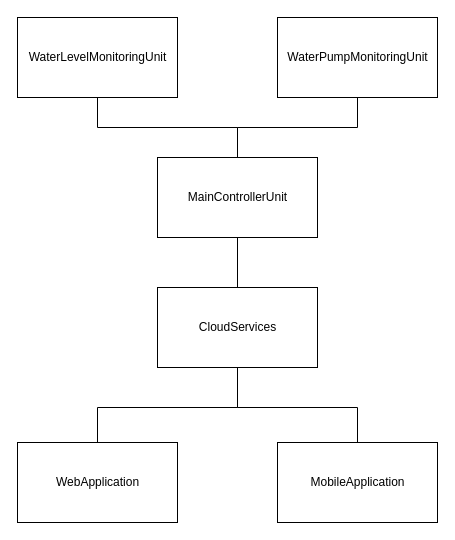
Earlier version of the draw.io diagram notes/ArchitecturalDiagrams.drawio (aniruddhand/ciot-capstone). Source tidied: cells renumbered, new cells numbered last; positions are measured from the earlier drawing's top-left corner, leaving out a move shared by most shapes. Both pictures are drawn from the tidied source at 100%, with x=0, y=0 at pixel (17, 17).
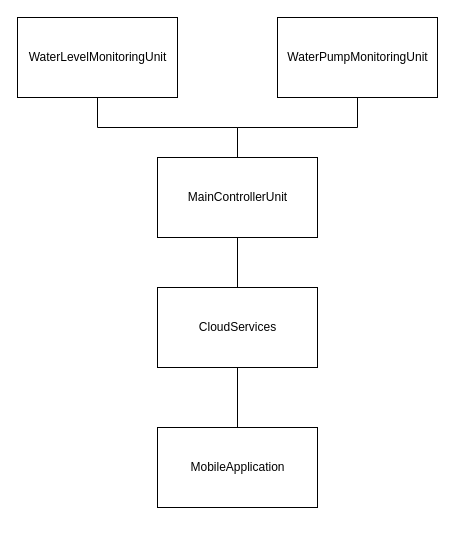
Above is the later version.

Commit message:
Removed web application as a component

The edit, as a diff of the source:
```diff
@@
 <mxGraphModel>
   <root>
     <mxCell id="0" />
     <mxCell id="1" parent="0" />
     <mxCell id="2" style="edgeStyle=orthogonalEdgeStyle;rounded=0;jettySize=auto;html=1;entryX=0.5;entryY=0;entryDx=0;entryDy=0;endArrow=none;endFill=0;exitX=0.5;exitY=1;exitDx=0;exitDy=0;" parent="1" edge="1" source="3" target="5">
       <mxGeometry relative="1" as="geometry" />
     </mxCell>
     <mxCell id="3" value="WaterLevelMonitoringUnit" style="html=1;" parent="1" vertex="1">
       <mxGeometry width="160" height="80" as="geometry" />
     </mxCell>
     <mxCell id="4" style="edgeStyle=orthogonalEdgeStyle;rounded=0;jettySize=auto;html=1;entryX=0.5;entryY=0;entryDx=0;entryDy=0;endArrow=none;endFill=0;" parent="1" edge="1" source="5" target="6">
       <mxGeometry relative="1" as="geometry" />
     </mxCell>
     <mxCell id="5" value="MainControllerUnit" style="html=1;" parent="1" vertex="1">
       <mxGeometry x="140" y="140" width="160" height="80" as="geometry" />
     </mxCell>
     <mxCell id="6" value="CloudServices" style="html=1;" parent="1" vertex="1">
       <mxGeometry x="140" y="270" width="160" height="80" as="geometry" />
     </mxCell>
-    <mxCell id="7" style="edgeStyle=orthogonalEdgeStyle;rounded=0;jettySize=auto;html=1;entryX=0.5;entryY=1;entryDx=0;entryDy=0;endArrow=none;endFill=0;" parent="1" edge="1" source="8" target="6">
-      <mxGeometry relative="1" as="geometry">
-        <Array as="points">
-          <mxPoint x="80" y="390" />
-          <mxPoint x="220" y="390" />
-        </Array>
-      </mxGeometry>
-    </mxCell>
-    <mxCell id="8" value="WebApplication" style="html=1;" parent="1" vertex="1">
-      <mxGeometry y="425" width="160" height="80" as="geometry" />
-    </mxCell>
     <mxCell id="9" style="edgeStyle=orthogonalEdgeStyle;rounded=0;jettySize=auto;html=1;entryX=0.5;entryY=1;entryDx=0;entryDy=0;endArrow=none;endFill=0;exitX=0.5;exitY=0;exitDx=0;exitDy=0;" parent="1" edge="1" source="10" target="6">
       <mxGeometry relative="1" as="geometry">
         <Array as="points">
-          <mxPoint x="340" y="390" />
-          <mxPoint x="220" y="390" />
+          <mxPoint x="220" y="410" />
+          <mxPoint x="220" y="410" />
         </Array>
       </mxGeometry>
     </mxCell>
     <mxCell id="10" value="MobileApplication" style="html=1;" parent="1" vertex="1">
-      <mxGeometry x="260" y="425" width="160" height="80" as="geometry" />
+      <mxGeometry x="140" y="410" width="160" height="80" as="geometry" />
     </mxCell>
     <mxCell id="11" style="edgeStyle=orthogonalEdgeStyle;rounded=0;jettySize=auto;html=1;exitX=0.5;exitY=1;exitDx=0;exitDy=0;endArrow=none;endFill=0;" parent="1" edge="1" source="12">
       <mxGeometry relative="1" as="geometry">
         <mxPoint x="220" y="130" as="targetPoint" />
         <Array as="points">
           <mxPoint x="340" y="110" />
           <mxPoint x="220" y="110" />
         </Array>
       </mxGeometry>
     </mxCell>
     <mxCell id="12" value="WaterPumpMonitoringUnit" style="html=1;" parent="1" vertex="1">
       <mxGeometry x="260" width="160" height="80" as="geometry" />
     </mxCell>
   </root>
 </mxGraphModel>
```
